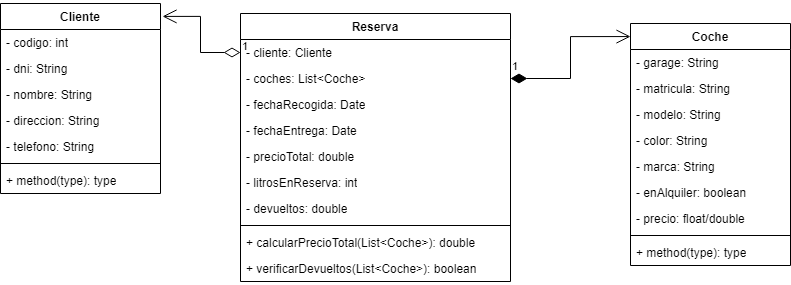
Earlier version of the draw.io export Unidad 4/alquilerDeCoches/AlquilerCochesDiagrama.drawio.png (JonayKB/ETS). Source tidied: cells renumbered, new cells last; positions are measured from the earlier drawing's top-left corner, leaving out a move shared by most shapes.
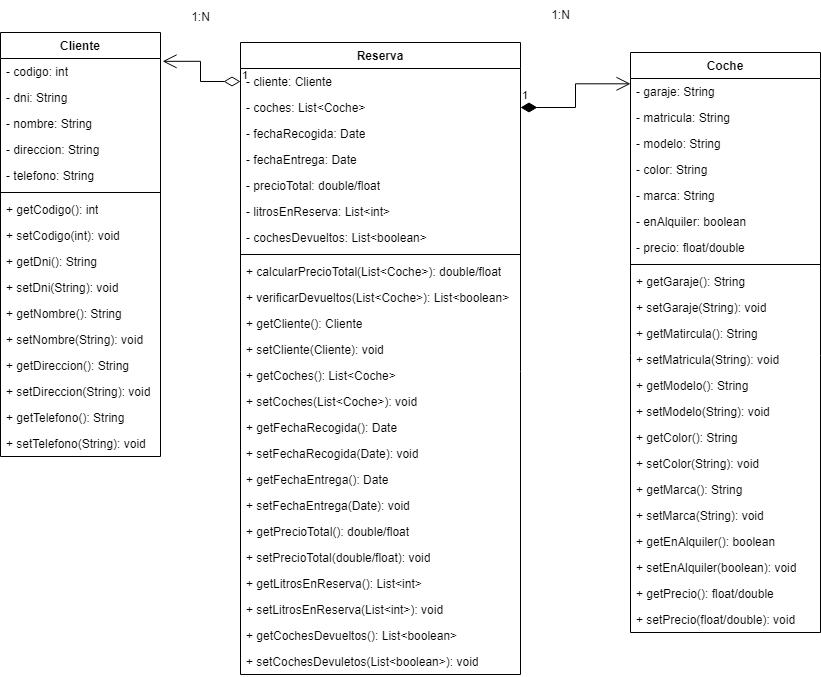
After the commit.

What changed in the source:
```diff
@@ -3,7 +3,7 @@
     <mxCell id="0" />
     <mxCell id="1" parent="0" />
     <mxCell id="2" value="Cliente" style="swimlane;fontStyle=1;align=center;verticalAlign=top;horizontal=1;startSize=26;whiteSpace=wrap;html=1;" parent="1" vertex="1">
-      <mxGeometry width="160" height="190" as="geometry" />
+      <mxGeometry width="160" height="424" as="geometry" />
     </mxCell>
     <mxCell id="3" value="- codigo: int" style="text;strokeColor=none;fillColor=none;align=left;verticalAlign=top;spacingLeft=4;spacingRight=4;overflow=hidden;whiteSpace=wrap;html=1;" parent="2" vertex="1">
       <mxGeometry y="26" width="160" height="26" as="geometry" />
@@ -23,77 +23,191 @@
     <mxCell id="8" style="line;strokeWidth=1;fillColor=none;align=left;verticalAlign=middle;spacingTop=-1;spacingLeft=3;spacingRight=3;labelPosition=right;strokeColor=inherit;" parent="2" vertex="1">
       <mxGeometry y="156" width="160" height="8" as="geometry" />
     </mxCell>
-    <mxCell id="9" value="+ method(type): type" style="text;strokeColor=none;fillColor=none;align=left;verticalAlign=top;spacingLeft=4;spacingRight=4;overflow=hidden;whiteSpace=wrap;html=1;" parent="2" vertex="1">
+    <mxCell id="9" value="+ getCodigo(): int" style="text;strokeColor=none;fillColor=none;align=left;verticalAlign=top;spacingLeft=4;spacingRight=4;overflow=hidden;whiteSpace=wrap;html=1;" parent="2" vertex="1">
       <mxGeometry y="164" width="160" height="26" as="geometry" />
     </mxCell>
+    <mxCell id="33" value="+ setCodigo(int): void" style="text;strokeColor=none;fillColor=none;align=left;verticalAlign=top;spacingLeft=4;spacingRight=4;overflow=hidden;whiteSpace=wrap;html=1;" parent="2" vertex="1">
+      <mxGeometry y="190" width="160" height="26" as="geometry" />
+    </mxCell>
+    <mxCell id="34" value="+ getDni(): String" style="text;strokeColor=none;fillColor=none;align=left;verticalAlign=top;spacingLeft=4;spacingRight=4;overflow=hidden;whiteSpace=wrap;html=1;" parent="2" vertex="1">
+      <mxGeometry y="216" width="160" height="26" as="geometry" />
+    </mxCell>
+    <mxCell id="35" value="+ setDni(String): void" style="text;strokeColor=none;fillColor=none;align=left;verticalAlign=top;spacingLeft=4;spacingRight=4;overflow=hidden;whiteSpace=wrap;html=1;" parent="2" vertex="1">
+      <mxGeometry y="242" width="160" height="26" as="geometry" />
+    </mxCell>
+    <mxCell id="36" value="+ getNombre(): String" style="text;strokeColor=none;fillColor=none;align=left;verticalAlign=top;spacingLeft=4;spacingRight=4;overflow=hidden;whiteSpace=wrap;html=1;" parent="2" vertex="1">
+      <mxGeometry y="268" width="160" height="26" as="geometry" />
+    </mxCell>
+    <mxCell id="37" value="+ setNombre(String): void" style="text;strokeColor=none;fillColor=none;align=left;verticalAlign=top;spacingLeft=4;spacingRight=4;overflow=hidden;whiteSpace=wrap;html=1;" parent="2" vertex="1">
+      <mxGeometry y="294" width="160" height="26" as="geometry" />
+    </mxCell>
+    <mxCell id="38" value="+ getDireccion(): String" style="text;strokeColor=none;fillColor=none;align=left;verticalAlign=top;spacingLeft=4;spacingRight=4;overflow=hidden;whiteSpace=wrap;html=1;" parent="2" vertex="1">
+      <mxGeometry y="320" width="160" height="26" as="geometry" />
+    </mxCell>
+    <mxCell id="39" value="+ setDireccion(String): void" style="text;strokeColor=none;fillColor=none;align=left;verticalAlign=top;spacingLeft=4;spacingRight=4;overflow=hidden;whiteSpace=wrap;html=1;" parent="2" vertex="1">
+      <mxGeometry y="346" width="160" height="26" as="geometry" />
+    </mxCell>
+    <mxCell id="40" value="+ getTelefono(): String" style="text;strokeColor=none;fillColor=none;align=left;verticalAlign=top;spacingLeft=4;spacingRight=4;overflow=hidden;whiteSpace=wrap;html=1;" parent="2" vertex="1">
+      <mxGeometry y="372" width="160" height="26" as="geometry" />
+    </mxCell>
+    <mxCell id="41" value="+ setTelefono(String): void" style="text;strokeColor=none;fillColor=none;align=left;verticalAlign=top;spacingLeft=4;spacingRight=4;overflow=hidden;whiteSpace=wrap;html=1;" parent="2" vertex="1">
+      <mxGeometry y="398" width="160" height="26" as="geometry" />
+    </mxCell>
     <mxCell id="10" value="Coche" style="swimlane;fontStyle=1;align=center;verticalAlign=top;horizontal=1;startSize=26;whiteSpace=wrap;html=1;" parent="1" vertex="1">
-      <mxGeometry x="630" y="20" width="160" height="242" as="geometry" />
+      <mxGeometry x="630" y="20" width="190" height="580" as="geometry" />
     </mxCell>
-    <mxCell id="11" value="- garage: String" style="text;strokeColor=none;fillColor=none;align=left;verticalAlign=top;spacingLeft=4;spacingRight=4;overflow=hidden;whiteSpace=wrap;html=1;" parent="10" vertex="1">
-      <mxGeometry y="26" width="160" height="26" as="geometry" />
+    <mxCell id="11" value="- garaje: String" style="text;strokeColor=none;fillColor=none;align=left;verticalAlign=top;spacingLeft=4;spacingRight=4;overflow=hidden;whiteSpace=wrap;html=1;" parent="10" vertex="1">
+      <mxGeometry y="26" width="190" height="26" as="geometry" />
     </mxCell>
     <mxCell id="12" value="- matricula: String" style="text;strokeColor=none;fillColor=none;align=left;verticalAlign=top;spacingLeft=4;spacingRight=4;overflow=hidden;whiteSpace=wrap;html=1;" parent="10" vertex="1">
-      <mxGeometry y="52" width="160" height="26" as="geometry" />
+      <mxGeometry y="52" width="190" height="26" as="geometry" />
     </mxCell>
     <mxCell id="13" value="- modelo: String" style="text;strokeColor=none;fillColor=none;align=left;verticalAlign=top;spacingLeft=4;spacingRight=4;overflow=hidden;whiteSpace=wrap;html=1;" parent="10" vertex="1">
-      <mxGeometry y="78" width="160" height="26" as="geometry" />
+      <mxGeometry y="78" width="190" height="26" as="geometry" />
     </mxCell>
     <mxCell id="14" value="- color: String" style="text;strokeColor=none;fillColor=none;align=left;verticalAlign=top;spacingLeft=4;spacingRight=4;overflow=hidden;whiteSpace=wrap;html=1;" parent="10" vertex="1">
-      <mxGeometry y="104" width="160" height="26" as="geometry" />
+      <mxGeometry y="104" width="190" height="26" as="geometry" />
     </mxCell>
     <mxCell id="15" value="- marca: String" style="text;strokeColor=none;fillColor=none;align=left;verticalAlign=top;spacingLeft=4;spacingRight=4;overflow=hidden;whiteSpace=wrap;html=1;" parent="10" vertex="1">
-      <mxGeometry y="130" width="160" height="26" as="geometry" />
+      <mxGeometry y="130" width="190" height="26" as="geometry" />
     </mxCell>
     <mxCell id="16" value="- enAlquiler: boolean" style="text;strokeColor=none;fillColor=none;align=left;verticalAlign=top;spacingLeft=4;spacingRight=4;overflow=hidden;whiteSpace=wrap;html=1;" parent="10" vertex="1">
-      <mxGeometry y="156" width="160" height="26" as="geometry" />
+      <mxGeometry y="156" width="190" height="26" as="geometry" />
     </mxCell>
     <mxCell id="17" value="- precio: float/double" style="text;strokeColor=none;fillColor=none;align=left;verticalAlign=top;spacingLeft=4;spacingRight=4;overflow=hidden;whiteSpace=wrap;html=1;" parent="10" vertex="1">
-      <mxGeometry y="182" width="160" height="26" as="geometry" />
+      <mxGeometry y="182" width="190" height="26" as="geometry" />
     </mxCell>
     <mxCell id="18" style="line;strokeWidth=1;fillColor=none;align=left;verticalAlign=middle;spacingTop=-1;spacingLeft=3;spacingRight=3;labelPosition=right;strokeColor=inherit;" parent="10" vertex="1">
-      <mxGeometry y="208" width="160" height="8" as="geometry" />
+      <mxGeometry y="208" width="190" height="8" as="geometry" />
     </mxCell>
-    <mxCell id="19" value="+ method(type): type" style="text;strokeColor=none;fillColor=none;align=left;verticalAlign=top;spacingLeft=4;spacingRight=4;overflow=hidden;whiteSpace=wrap;html=1;" parent="10" vertex="1">
-      <mxGeometry y="216" width="160" height="26" as="geometry" />
-    </mxCell>
+    <mxCell id="42" value="+ getGaraje(): String" style="text;strokeColor=none;fillColor=none;align=left;verticalAlign=top;spacingLeft=4;spacingRight=4;overflow=hidden;whiteSpace=wrap;html=1;" parent="10" vertex="1">
+      <mxGeometry y="216" width="190" height="26" as="geometry" />
+    </mxCell>
+    <mxCell id="43" value="+ setGaraje(String): void" style="text;strokeColor=none;fillColor=none;align=left;verticalAlign=top;spacingLeft=4;spacingRight=4;overflow=hidden;whiteSpace=wrap;html=1;" parent="10" vertex="1">
+      <mxGeometry y="242" width="190" height="26" as="geometry" />
+    </mxCell>
+    <mxCell id="44" value="+ getMatircula(): String" style="text;strokeColor=none;fillColor=none;align=left;verticalAlign=top;spacingLeft=4;spacingRight=4;overflow=hidden;whiteSpace=wrap;html=1;" parent="10" vertex="1">
+      <mxGeometry y="268" width="190" height="26" as="geometry" />
+    </mxCell>
+    <mxCell id="45" value="+ setMatricula(String): void" style="text;strokeColor=none;fillColor=none;align=left;verticalAlign=top;spacingLeft=4;spacingRight=4;overflow=hidden;whiteSpace=wrap;html=1;" parent="10" vertex="1">
+      <mxGeometry y="294" width="190" height="26" as="geometry" />
+    </mxCell>
+    <mxCell id="46" value="+ getModelo(): String" style="text;strokeColor=none;fillColor=none;align=left;verticalAlign=top;spacingLeft=4;spacingRight=4;overflow=hidden;whiteSpace=wrap;html=1;" parent="10" vertex="1">
+      <mxGeometry y="320" width="190" height="26" as="geometry" />
+    </mxCell>
+    <mxCell id="47" value="+ setModelo(String): void" style="text;strokeColor=none;fillColor=none;align=left;verticalAlign=top;spacingLeft=4;spacingRight=4;overflow=hidden;whiteSpace=wrap;html=1;" parent="10" vertex="1">
+      <mxGeometry y="346" width="190" height="26" as="geometry" />
+    </mxCell>
+    <mxCell id="48" value="+ getColor(): String" style="text;strokeColor=none;fillColor=none;align=left;verticalAlign=top;spacingLeft=4;spacingRight=4;overflow=hidden;whiteSpace=wrap;html=1;" parent="10" vertex="1">
+      <mxGeometry y="372" width="190" height="26" as="geometry" />
+    </mxCell>
+    <mxCell id="49" value="+ setColor(String): void" style="text;strokeColor=none;fillColor=none;align=left;verticalAlign=top;spacingLeft=4;spacingRight=4;overflow=hidden;whiteSpace=wrap;html=1;" parent="10" vertex="1">
+      <mxGeometry y="398" width="190" height="26" as="geometry" />
+    </mxCell>
+    <mxCell id="50" value="+ getMarca(): String" style="text;strokeColor=none;fillColor=none;align=left;verticalAlign=top;spacingLeft=4;spacingRight=4;overflow=hidden;whiteSpace=wrap;html=1;" parent="10" vertex="1">
+      <mxGeometry y="424" width="190" height="26" as="geometry" />
+    </mxCell>
+    <mxCell id="51" value="+ setMarca(String): void" style="text;strokeColor=none;fillColor=none;align=left;verticalAlign=top;spacingLeft=4;spacingRight=4;overflow=hidden;whiteSpace=wrap;html=1;" parent="10" vertex="1">
+      <mxGeometry y="450" width="190" height="26" as="geometry" />
+    </mxCell>
+    <mxCell id="52" value="+ getEnAlquiler(): boolean" style="text;strokeColor=none;fillColor=none;align=left;verticalAlign=top;spacingLeft=4;spacingRight=4;overflow=hidden;whiteSpace=wrap;html=1;" parent="10" vertex="1">
+      <mxGeometry y="476" width="190" height="26" as="geometry" />
+    </mxCell>
+    <mxCell id="53" value="+ setEnAlquiler(boolean): void" style="text;strokeColor=none;fillColor=none;align=left;verticalAlign=top;spacingLeft=4;spacingRight=4;overflow=hidden;whiteSpace=wrap;html=1;" parent="10" vertex="1">
+      <mxGeometry y="502" width="190" height="26" as="geometry" />
+    </mxCell>
+    <mxCell id="54" value="+ getPrecio(): float/double" style="text;strokeColor=none;fillColor=none;align=left;verticalAlign=top;spacingLeft=4;spacingRight=4;overflow=hidden;whiteSpace=wrap;html=1;" parent="10" vertex="1">
+      <mxGeometry y="528" width="190" height="26" as="geometry" />
+    </mxCell>
+    <mxCell id="55" value="+ setPrecio(float/double): void" style="text;strokeColor=none;fillColor=none;align=left;verticalAlign=top;spacingLeft=4;spacingRight=4;overflow=hidden;whiteSpace=wrap;html=1;" parent="10" vertex="1">
+      <mxGeometry y="554" width="190" height="26" as="geometry" />
+    </mxCell>
     <mxCell id="20" value="Reserva" style="swimlane;fontStyle=1;align=center;verticalAlign=top;horizontal=1;startSize=26;whiteSpace=wrap;html=1;" parent="1" vertex="1">
-      <mxGeometry x="240" y="10" width="270" height="268" as="geometry" />
+      <mxGeometry x="240" y="10" width="280" height="632" as="geometry" />
     </mxCell>
     <mxCell id="21" value="- cliente: Cliente" style="text;strokeColor=none;fillColor=none;align=left;verticalAlign=top;spacingLeft=4;spacingRight=4;overflow=hidden;points=[[0,0.5],[1,0.5]];portConstraint=eastwest;whiteSpace=wrap;html=1;" parent="20" vertex="1">
-      <mxGeometry y="26" width="270" height="26" as="geometry" />
+      <mxGeometry y="26" width="280" height="26" as="geometry" />
     </mxCell>
     <mxCell id="22" value="- coches: List&amp;lt;Coche&amp;gt;" style="text;strokeColor=none;fillColor=none;align=left;verticalAlign=top;spacingLeft=4;spacingRight=4;overflow=hidden;points=[[0,0.5],[1,0.5]];portConstraint=eastwest;whiteSpace=wrap;html=1;" parent="20" vertex="1">
-      <mxGeometry y="52" width="270" height="26" as="geometry" />
+      <mxGeometry y="52" width="280" height="26" as="geometry" />
     </mxCell>
     <mxCell id="23" value="- fechaRecogida: Date" style="text;strokeColor=none;fillColor=none;align=left;verticalAlign=top;spacingLeft=4;spacingRight=4;overflow=hidden;whiteSpace=wrap;html=1;" parent="20" vertex="1">
-      <mxGeometry y="78" width="270" height="26" as="geometry" />
+      <mxGeometry y="78" width="280" height="26" as="geometry" />
     </mxCell>
     <mxCell id="24" value="- fechaEntrega: Date" style="text;strokeColor=none;fillColor=none;align=left;verticalAlign=top;spacingLeft=4;spacingRight=4;overflow=hidden;whiteSpace=wrap;html=1;" parent="20" vertex="1">
-      <mxGeometry y="104" width="270" height="26" as="geometry" />
+      <mxGeometry y="104" width="280" height="26" as="geometry" />
     </mxCell>
-    <mxCell id="25" value="- precioTotal: double" style="text;strokeColor=none;fillColor=none;align=left;verticalAlign=top;spacingLeft=4;spacingRight=4;overflow=hidden;whiteSpace=wrap;html=1;" parent="20" vertex="1">
-      <mxGeometry y="130" width="270" height="26" as="geometry" />
+    <mxCell id="25" value="- precioTotal: double/float" style="text;strokeColor=none;fillColor=none;align=left;verticalAlign=top;spacingLeft=4;spacingRight=4;overflow=hidden;whiteSpace=wrap;html=1;" parent="20" vertex="1">
+      <mxGeometry y="130" width="280" height="26" as="geometry" />
     </mxCell>
-    <mxCell id="26" value="- litrosEnReserva: int" style="text;strokeColor=none;fillColor=none;align=left;verticalAlign=top;spacingLeft=4;spacingRight=4;overflow=hidden;whiteSpace=wrap;html=1;" parent="20" vertex="1">
-      <mxGeometry y="156" width="270" height="26" as="geometry" />
+    <mxCell id="26" value="- litrosEnReserva: List&amp;lt;int&amp;gt;" style="text;strokeColor=none;fillColor=none;align=left;verticalAlign=top;spacingLeft=4;spacingRight=4;overflow=hidden;whiteSpace=wrap;html=1;" parent="20" vertex="1">
+      <mxGeometry y="156" width="280" height="26" as="geometry" />
     </mxCell>
-    <mxCell id="27" value="- devueltos: double" style="text;strokeColor=none;fillColor=none;align=left;verticalAlign=top;spacingLeft=4;spacingRight=4;overflow=hidden;whiteSpace=wrap;html=1;" parent="20" vertex="1">
-      <mxGeometry y="182" width="270" height="26" as="geometry" />
+    <mxCell id="27" value="- cochesDevueltos: List&amp;lt;boolean&amp;gt;" style="text;strokeColor=none;fillColor=none;align=left;verticalAlign=top;spacingLeft=4;spacingRight=4;overflow=hidden;whiteSpace=wrap;html=1;" parent="20" vertex="1">
+      <mxGeometry y="182" width="280" height="26" as="geometry" />
     </mxCell>
     <mxCell id="28" style="line;strokeWidth=1;fillColor=none;align=left;verticalAlign=middle;spacingTop=-1;spacingLeft=3;spacingRight=3;labelPosition=right;strokeColor=inherit;" parent="20" vertex="1">
-      <mxGeometry y="208" width="270" height="8" as="geometry" />
+      <mxGeometry y="208" width="280" height="8" as="geometry" />
     </mxCell>
-    <mxCell id="29" value="+ calcularPrecioTotal(List&amp;lt;Coche&amp;gt;): double" style="text;strokeColor=none;fillColor=none;align=left;verticalAlign=top;spacingLeft=4;spacingRight=4;overflow=hidden;whiteSpace=wrap;html=1;" parent="20" vertex="1">
-      <mxGeometry y="216" width="270" height="26" as="geometry" />
+    <mxCell id="29" value="+ calcularPrecioTotal(List&amp;lt;Coche&amp;gt;): double/float" style="text;strokeColor=none;fillColor=none;align=left;verticalAlign=top;spacingLeft=4;spacingRight=4;overflow=hidden;whiteSpace=wrap;html=1;" parent="20" vertex="1">
+      <mxGeometry y="216" width="280" height="26" as="geometry" />
     </mxCell>
-    <mxCell id="30" value="+ verificarDevueltos(List&amp;lt;Coche&amp;gt;): boolean" style="text;strokeColor=none;fillColor=none;align=left;verticalAlign=top;spacingLeft=4;spacingRight=4;overflow=hidden;whiteSpace=wrap;html=1;" parent="20" vertex="1">
-      <mxGeometry y="242" width="270" height="26" as="geometry" />
+    <mxCell id="30" value="+ verificarDevueltos(List&amp;lt;Coche&amp;gt;): List&amp;lt;boolean&amp;gt;" style="text;strokeColor=none;fillColor=none;align=left;verticalAlign=top;spacingLeft=4;spacingRight=4;overflow=hidden;whiteSpace=wrap;html=1;" parent="20" vertex="1">
+      <mxGeometry y="242" width="280" height="26" as="geometry" />
     </mxCell>
+    <mxCell id="56" value="+ getCliente(): Cliente" style="text;strokeColor=none;fillColor=none;align=left;verticalAlign=top;spacingLeft=4;spacingRight=4;overflow=hidden;whiteSpace=wrap;html=1;" parent="20" vertex="1">
+      <mxGeometry y="268" width="280" height="26" as="geometry" />
+    </mxCell>
+    <mxCell id="57" value="+ setCliente(Cliente): void" style="text;strokeColor=none;fillColor=none;align=left;verticalAlign=top;spacingLeft=4;spacingRight=4;overflow=hidden;whiteSpace=wrap;html=1;" parent="20" vertex="1">
+      <mxGeometry y="294" width="280" height="26" as="geometry" />
+    </mxCell>
+    <mxCell id="58" value="+ getCoches(): List&amp;lt;Coche&amp;gt;" style="text;strokeColor=none;fillColor=none;align=left;verticalAlign=top;spacingLeft=4;spacingRight=4;overflow=hidden;whiteSpace=wrap;html=1;" parent="20" vertex="1">
+      <mxGeometry y="320" width="280" height="26" as="geometry" />
+    </mxCell>
+    <mxCell id="59" value="+ setCoches(List&amp;lt;Coche&amp;gt;): void" style="text;strokeColor=none;fillColor=none;align=left;verticalAlign=top;spacingLeft=4;spacingRight=4;overflow=hidden;whiteSpace=wrap;html=1;" parent="20" vertex="1">
+      <mxGeometry y="346" width="280" height="26" as="geometry" />
+    </mxCell>
+    <mxCell id="60" value="+ getFechaRecogida(): Date" style="text;strokeColor=none;fillColor=none;align=left;verticalAlign=top;spacingLeft=4;spacingRight=4;overflow=hidden;whiteSpace=wrap;html=1;" parent="20" vertex="1">
+      <mxGeometry y="372" width="280" height="26" as="geometry" />
+    </mxCell>
+    <mxCell id="61" value="+ setFechaRecogida(Date): void" style="text;strokeColor=none;fillColor=none;align=left;verticalAlign=top;spacingLeft=4;spacingRight=4;overflow=hidden;whiteSpace=wrap;html=1;" parent="20" vertex="1">
+      <mxGeometry y="398" width="280" height="26" as="geometry" />
+    </mxCell>
+    <mxCell id="62" value="+ getFechaEntrega(): Date" style="text;strokeColor=none;fillColor=none;align=left;verticalAlign=top;spacingLeft=4;spacingRight=4;overflow=hidden;whiteSpace=wrap;html=1;" parent="20" vertex="1">
+      <mxGeometry y="424" width="280" height="26" as="geometry" />
+    </mxCell>
+    <mxCell id="63" value="+ setFechaEntrega(Date): void" style="text;strokeColor=none;fillColor=none;align=left;verticalAlign=top;spacingLeft=4;spacingRight=4;overflow=hidden;whiteSpace=wrap;html=1;" parent="20" vertex="1">
+      <mxGeometry y="450" width="280" height="26" as="geometry" />
+    </mxCell>
+    <mxCell id="64" value="+ getPrecioTotal(): double/float" style="text;strokeColor=none;fillColor=none;align=left;verticalAlign=top;spacingLeft=4;spacingRight=4;overflow=hidden;whiteSpace=wrap;html=1;" parent="20" vertex="1">
+      <mxGeometry y="476" width="280" height="26" as="geometry" />
+    </mxCell>
+    <mxCell id="65" value="+ setPrecioTotal(double/float): void" style="text;strokeColor=none;fillColor=none;align=left;verticalAlign=top;spacingLeft=4;spacingRight=4;overflow=hidden;whiteSpace=wrap;html=1;" parent="20" vertex="1">
+      <mxGeometry y="502" width="280" height="26" as="geometry" />
+    </mxCell>
+    <mxCell id="66" value="+ getLitrosEnReserva(): List&amp;lt;int&amp;gt;" style="text;strokeColor=none;fillColor=none;align=left;verticalAlign=top;spacingLeft=4;spacingRight=4;overflow=hidden;whiteSpace=wrap;html=1;" parent="20" vertex="1">
+      <mxGeometry y="528" width="280" height="26" as="geometry" />
+    </mxCell>
+    <mxCell id="67" value="+ setLitrosEnReserva(List&amp;lt;int&amp;gt;): void" style="text;strokeColor=none;fillColor=none;align=left;verticalAlign=top;spacingLeft=4;spacingRight=4;overflow=hidden;whiteSpace=wrap;html=1;" parent="20" vertex="1">
+      <mxGeometry y="554" width="280" height="26" as="geometry" />
+    </mxCell>
+    <mxCell id="68" value="+ getCochesDevueltos(): List&amp;lt;boolean&amp;gt;" style="text;strokeColor=none;fillColor=none;align=left;verticalAlign=top;spacingLeft=4;spacingRight=4;overflow=hidden;whiteSpace=wrap;html=1;" parent="20" vertex="1">
+      <mxGeometry y="580" width="280" height="26" as="geometry" />
+    </mxCell>
+    <mxCell id="69" value="+ setCochesDevuletos(List&amp;lt;boolean&amp;gt;): void" style="text;strokeColor=none;fillColor=none;align=left;verticalAlign=top;spacingLeft=4;spacingRight=4;overflow=hidden;whiteSpace=wrap;html=1;" parent="20" vertex="1">
+      <mxGeometry y="606" width="280" height="26" as="geometry" />
+    </mxCell>
     <mxCell id="31" value="1" style="endArrow=open;html=1;endSize=12;startArrow=diamondThin;startSize=14;startFill=1;edgeStyle=orthogonalEdgeStyle;align=left;verticalAlign=bottom;rounded=0;entryX=0;entryY=0.054;entryDx=0;entryDy=0;entryPerimeter=0;" parent="1" edge="1" source="22" target="10">
       <mxGeometry x="-1" y="3" relative="1" as="geometry" />
     </mxCell>
     <mxCell id="32" value="1" style="endArrow=open;html=1;endSize=12;startArrow=diamondThin;startSize=14;startFill=0;edgeStyle=orthogonalEdgeStyle;align=left;verticalAlign=bottom;rounded=0;exitX=0;exitY=0.5;exitDx=0;exitDy=0;entryX=1.013;entryY=0.068;entryDx=0;entryDy=0;entryPerimeter=0;" parent="1" edge="1" source="21" target="2">
       <mxGeometry x="-1" y="3" relative="1" as="geometry" />
     </mxCell>
+    <mxCell id="70" value="1:N" style="text;html=1;align=center;verticalAlign=middle;strokeColor=none;fillColor=none;" parent="1" vertex="1">
+      <mxGeometry x="180" y="-30" width="40" height="30" as="geometry" />
+    </mxCell>
+    <mxCell id="71" value="1:N" style="text;html=1;align=center;verticalAlign=middle;strokeColor=none;fillColor=none;" parent="1" vertex="1">
+      <mxGeometry x="540" y="-32" width="40" height="30" as="geometry" />
+    </mxCell>
   </root>
 </mxGraphModel>
```
